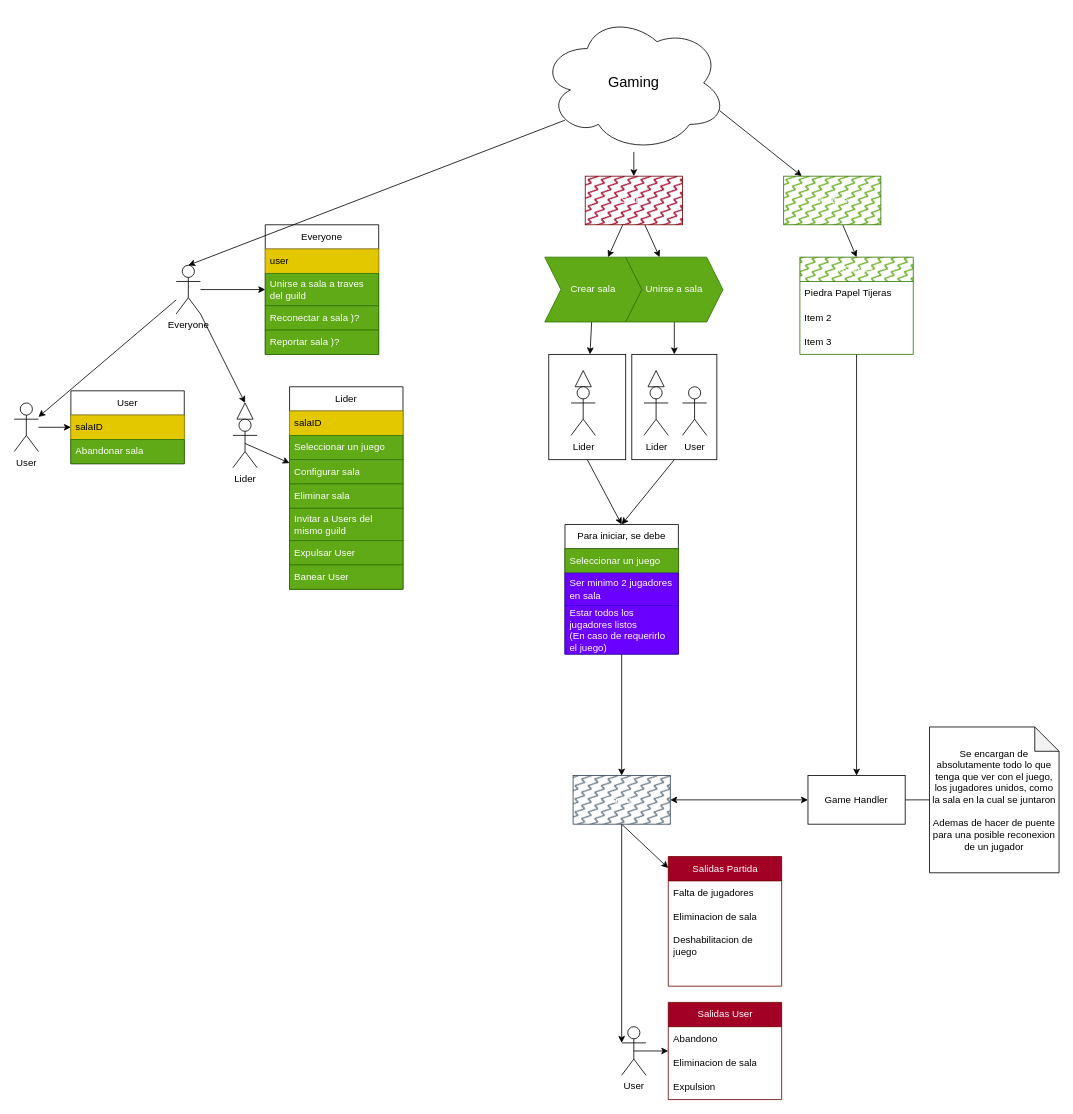
The draw.io diagram schemes/gaming.drawio in TheNochtgamer/NochtTests, before the edit. Source tidied: cells renumbered, new cells numbered last; positions are measured from the earlier drawing's top-left corner, leaving out a move shared by most shapes. Both pictures are drawn from the tidied source at 81%, with x=0, y=0 at pixel (14, 14).
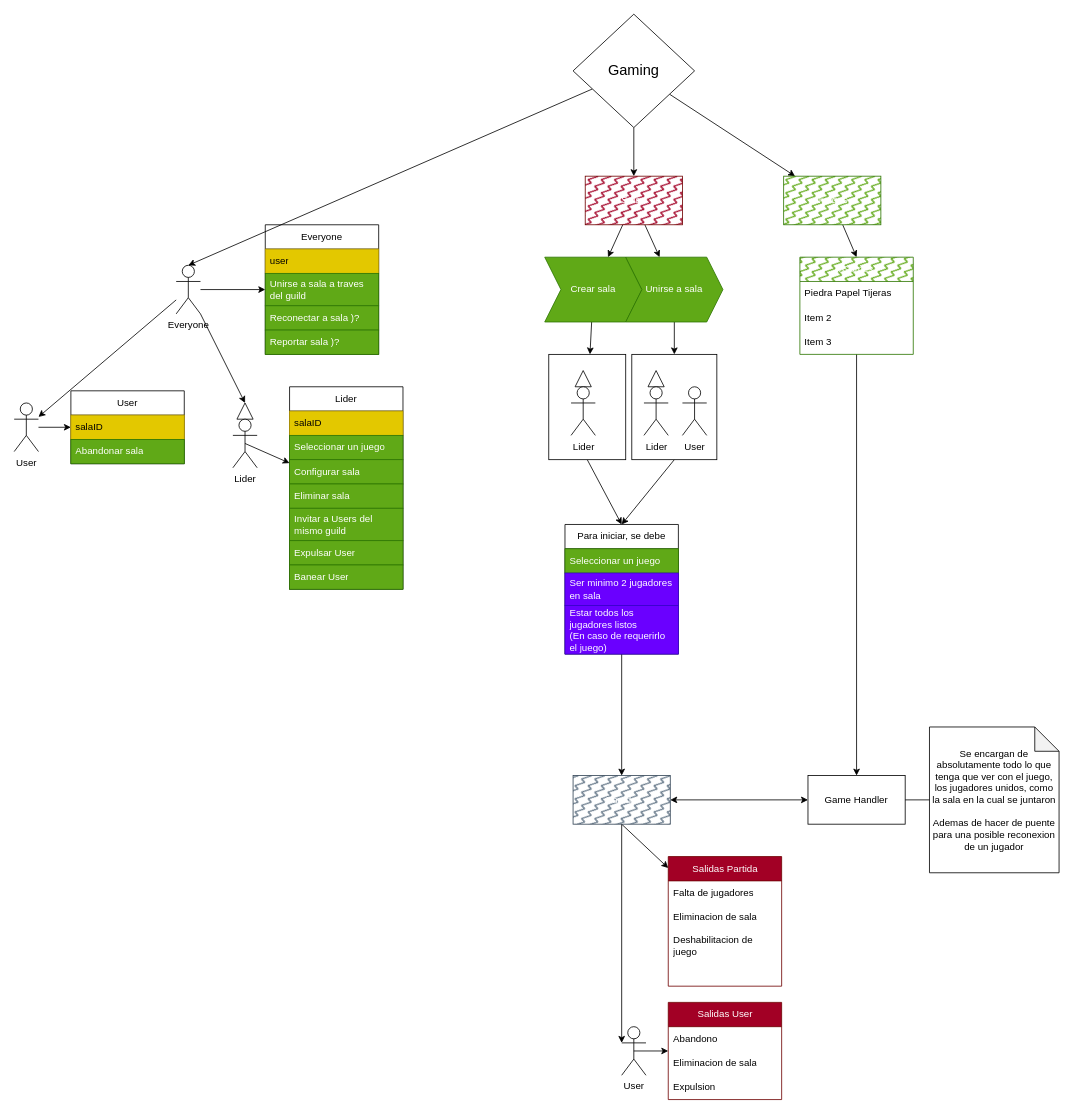
The same page after the edit.

Unchanged cells that the change refers to:
```xml
<mxCell id="39" value="Juegos" style="rounded=0;whiteSpace=wrap;html=1;fillColor=#60a917;fontColor=#ffffff;strokeColor=#2D7600;fillStyle=zigzag-line;" parent="1" vertex="1">
  <mxGeometry x="950" y="200" width="120" height="60" as="geometry" />
</mxCell>
<mxCell id="52" value="Everyone" style="shape=umlActor;verticalLabelPosition=bottom;verticalAlign=top;html=1;outlineConnect=0;fillStyle=solid;" parent="1" vertex="1">
  <mxGeometry x="200" y="310" width="30" height="60" as="geometry" />
</mxCell>
```

Change to the diagram source:
```diff
@@
-    <mxCell id="10" style="edgeStyle=none;html=1;exitX=0.96;exitY=0.7;exitDx=0;exitDy=0;exitPerimeter=0;" parent="1" edge="1" source="11" target="39">
+    <mxCell id="10" style="edgeStyle=none;html=1;" parent="1" edge="1" source="11" target="39">
       <mxGeometry relative="1" as="geometry" />
     </mxCell>
-    <mxCell id="11" value="Gaming" style="ellipse;shape=cloud;whiteSpace=wrap;html=1;fontSize=18;" parent="1" vertex="1">
-      <mxGeometry x="650" width="230" height="170" as="geometry" />
-    </mxCell>
@@
-    <mxCell id="80" style="edgeStyle=none;html=1;exitX=0.13;exitY=0.77;exitDx=0;exitDy=0;exitPerimeter=0;entryX=0.5;entryY=0;entryDx=0;entryDy=0;entryPerimeter=0;" parent="1" edge="1" source="11" target="52">
+    <mxCell id="80" style="edgeStyle=none;html=1;entryX=0.5;entryY=0;entryDx=0;entryDy=0;entryPerimeter=0;" parent="1" edge="1" source="11" target="52">
       <mxGeometry relative="1" as="geometry" />
     </mxCell>
+    <mxCell id="11" value="&lt;span style=&quot;font-size: 18px;&quot;&gt;Gaming&lt;/span&gt;" style="rhombus;whiteSpace=wrap;html=1;" parent="1" vertex="1">
+      <mxGeometry x="690" width="150" height="140" as="geometry" />
+    </mxCell>
```
